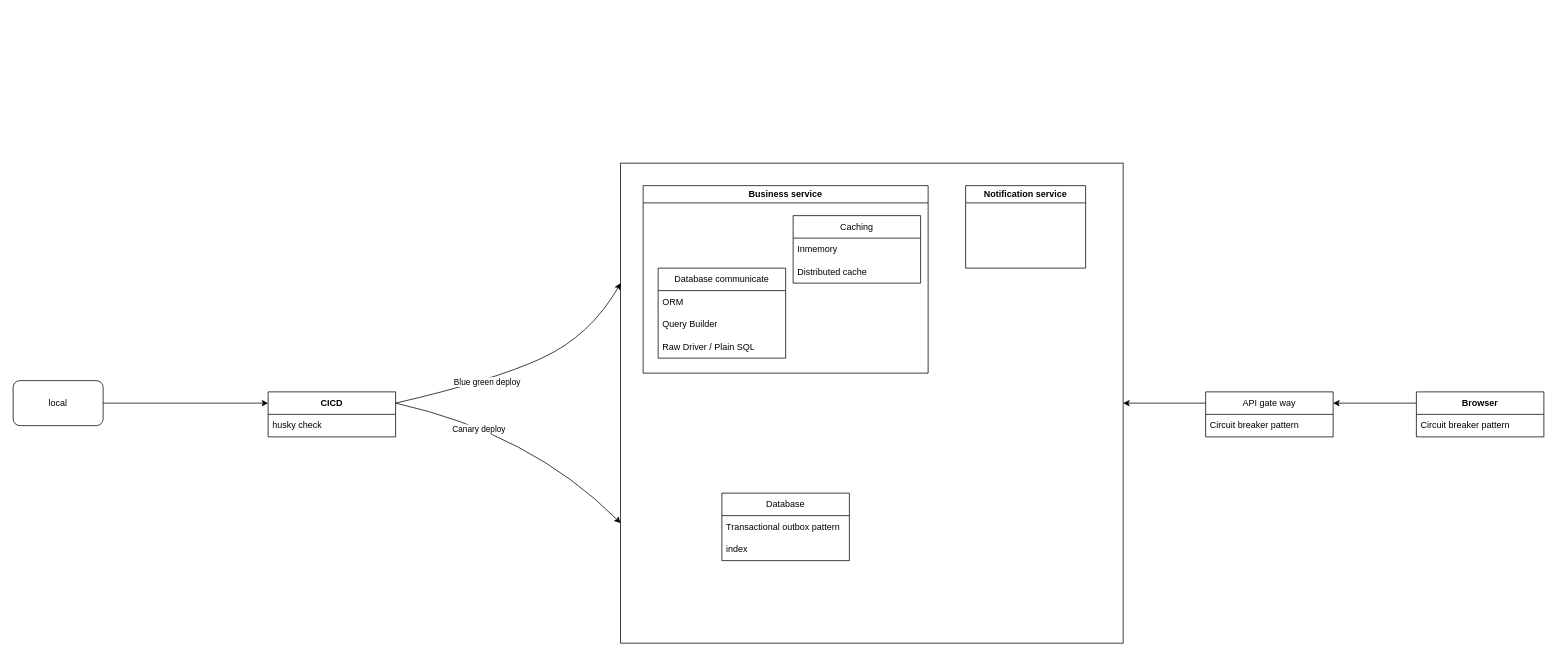
Above: backend-architechture.drawio in ntrong2009/diagrams (draw.io), before the change. Source tidied: cells renumbered, new cells numbered last; positions are measured from the earlier drawing's top-left corner, leaving out a move shared by most shapes. Both pictures are drawn from the tidied source at 75%, with x=0, y=0 at pixel (13, 163).
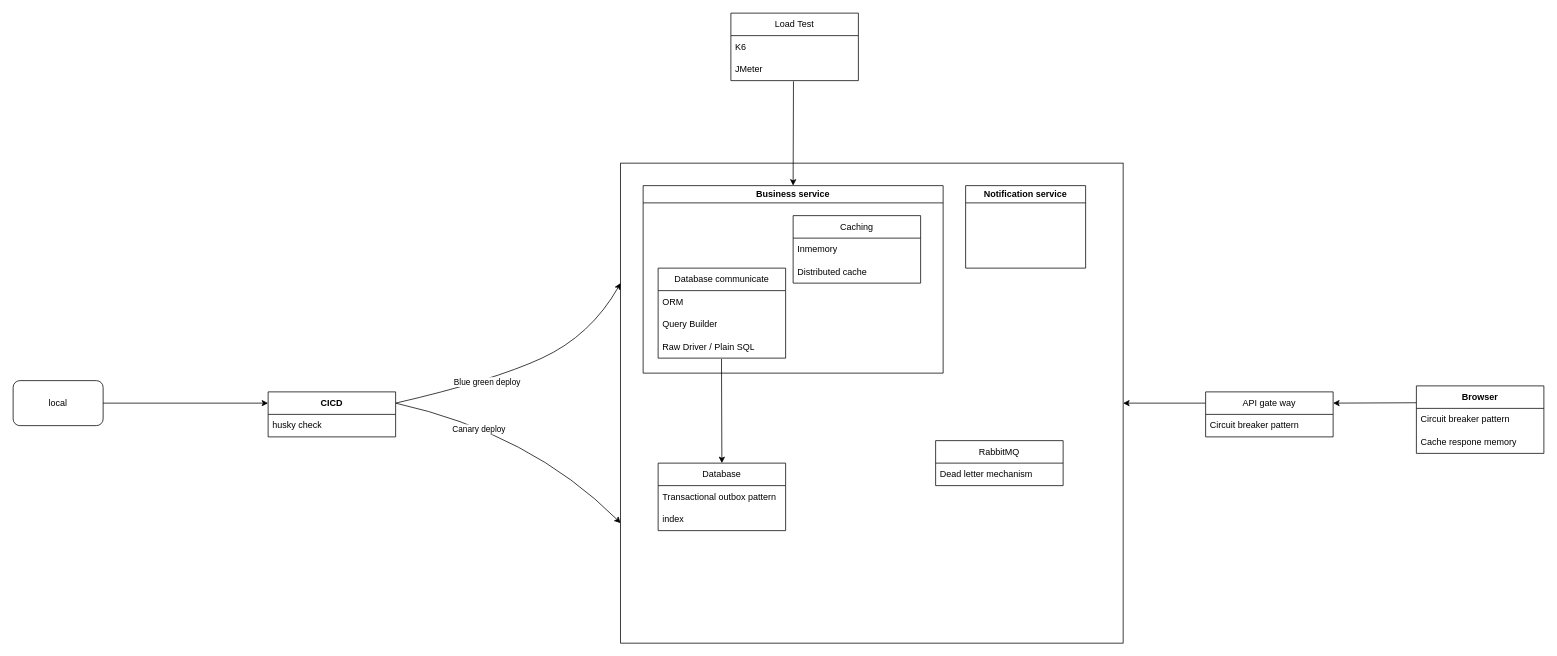
Above is the later version.

The change refers to these unchanged cells:
```xml
<mxCell id="16" value="Raw Driver / Plain SQL" style="text;strokeColor=none;fillColor=none;align=left;verticalAlign=middle;spacingLeft=4;spacingRight=4;overflow=hidden;points=[[0,0.5],[1,0.5]];portConstraint=eastwest;whiteSpace=wrap;html=1;" parent="13" vertex="1">
  <mxGeometry y="90" width="170" height="30" as="geometry" />
</mxCell>
```

The edit, as a diff of the source:
```diff
@@
     <mxCell id="12" value="Business service" style="swimlane;whiteSpace=wrap;html=1;" parent="1" vertex="1">
-      <mxGeometry x="840" y="30" width="380" height="250" as="geometry" />
+      <mxGeometry x="840" y="30" width="400" height="250" as="geometry" />
     </mxCell>
@@
     <mxCell id="17" value="Database" style="swimlane;fontStyle=0;horizontal=1;startSize=30;whiteSpace=wrap;html=1;" parent="1" vertex="1">
-      <mxGeometry x="945" y="440" width="170" height="90" as="geometry" />
+      <mxGeometry x="860" y="400" width="170" height="90" as="geometry" />
     </mxCell>
@@
     <mxCell id="24" value="&lt;span style=&quot;color: rgb(0, 0, 0); font-weight: 700;&quot;&gt;Browser&lt;/span&gt;" style="swimlane;fontStyle=0;horizontal=1;startSize=30;whiteSpace=wrap;html=1;" parent="1" vertex="1">
-      <mxGeometry x="1871" y="305" width="170" height="60" as="geometry" />
+      <mxGeometry x="1871" y="297" width="170" height="90" as="geometry" />
     </mxCell>
@@
+    <mxCell id="29" value="&lt;span style=&quot;color: rgb(0, 0, 0); text-align: center;&quot;&gt;Cache respone memory&lt;/span&gt;" style="text;strokeColor=none;fillColor=none;align=left;verticalAlign=middle;spacingLeft=4;spacingRight=4;overflow=hidden;whiteSpace=wrap;html=1;" parent="24" vertex="1">
+      <mxGeometry y="60" width="170" height="30" as="geometry" />
+    </mxCell>
@@
+    <mxCell id="30" value="Load Test" style="swimlane;fontStyle=0;horizontal=1;startSize=30;whiteSpace=wrap;html=1;" parent="1" vertex="1">
+      <mxGeometry x="957" y="-200" width="170" height="90" as="geometry" />
+    </mxCell>
+    <mxCell id="31" value="K6" style="text;strokeColor=none;fillColor=none;align=left;verticalAlign=middle;spacingLeft=4;spacingRight=4;overflow=hidden;whiteSpace=wrap;html=1;" parent="30" vertex="1">
+      <mxGeometry y="30" width="170" height="30" as="geometry" />
+    </mxCell>
+    <mxCell id="32" value="JMeter" style="text;strokeColor=none;fillColor=none;align=left;verticalAlign=middle;spacingLeft=4;spacingRight=4;overflow=hidden;points=[[0,0.5],[1,0.5]];portConstraint=eastwest;whiteSpace=wrap;html=1;" parent="30" vertex="1">
+      <mxGeometry y="60" width="170" height="30" as="geometry" />
+    </mxCell>
+    <mxCell id="33" style="endArrow=classic;html=1;exitX=0.491;exitY=1.033;exitDx=0;exitDy=0;exitPerimeter=0;entryX=0.5;entryY=0;entryDx=0;entryDy=0;" parent="1" edge="1" source="32" target="12">
+      <mxGeometry relative="1" as="geometry" />
+    </mxCell>
+    <mxCell id="34" style="endArrow=classic;html=1;exitX=0.497;exitY=1.033;exitDx=0;exitDy=0;exitPerimeter=0;entryX=0.5;entryY=0;entryDx=0;entryDy=0;" parent="1" edge="1" source="16" target="17">
+      <mxGeometry relative="1" as="geometry" />
+    </mxCell>
+    <mxCell id="35" value="RabbitMQ" style="swimlane;fontStyle=0;horizontal=1;startSize=30;whiteSpace=wrap;html=1;" parent="1" vertex="1">
+      <mxGeometry x="1230" y="370" width="170" height="60" as="geometry" />
+    </mxCell>
+    <mxCell id="36" value="Dead letter mechanism" style="text;strokeColor=none;fillColor=none;align=left;verticalAlign=middle;spacingLeft=4;spacingRight=4;overflow=hidden;whiteSpace=wrap;html=1;" parent="35" vertex="1">
+      <mxGeometry y="30" width="170" height="30" as="geometry" />
+    </mxCell>
```
